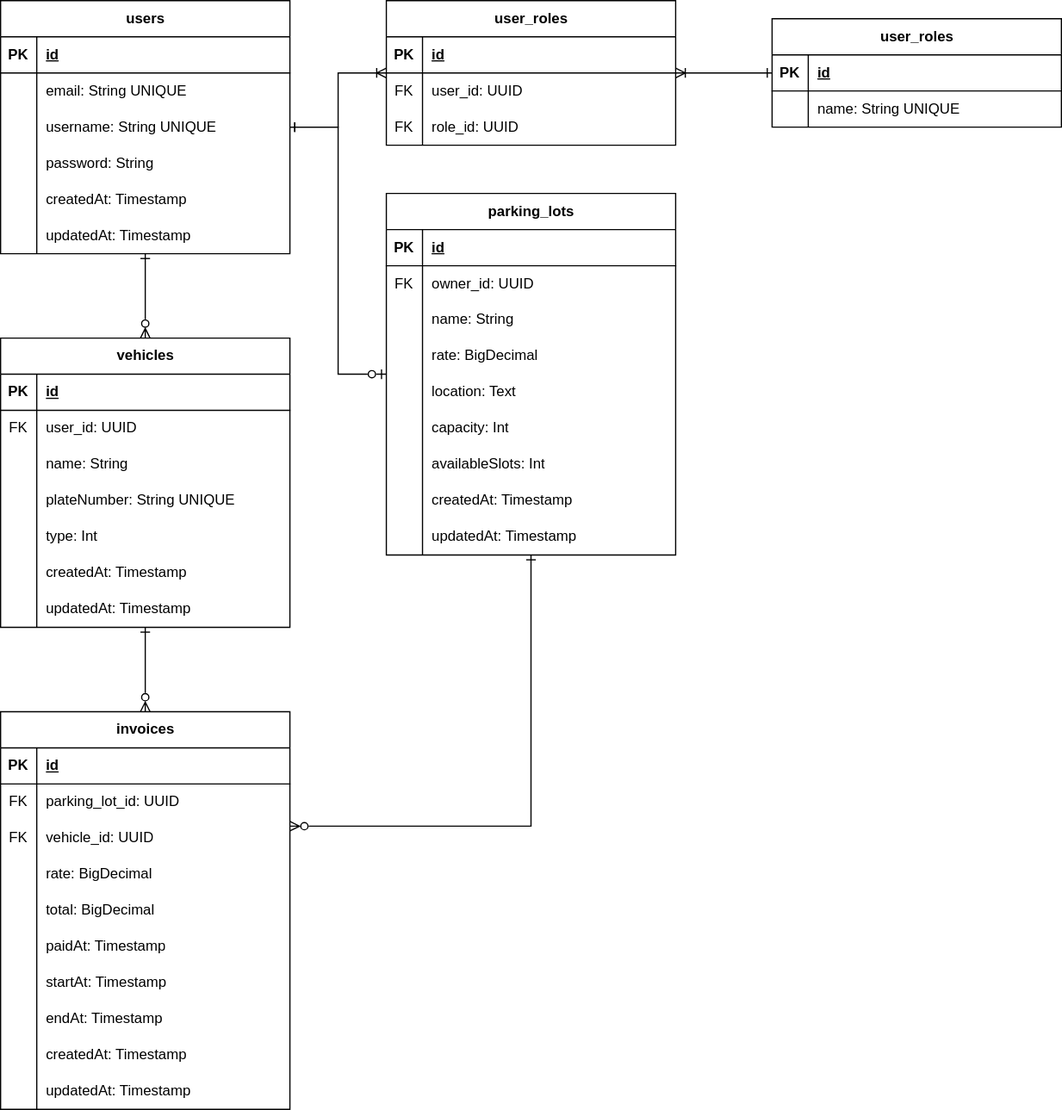
Above: docs/erd.svg in chatchatabc/parking-backend-spring (draw.io), before the change. Source tidied: cells renumbered, new cells last; positions are measured from the earlier drawing's top-left corner, leaving out a move shared by most shapes.
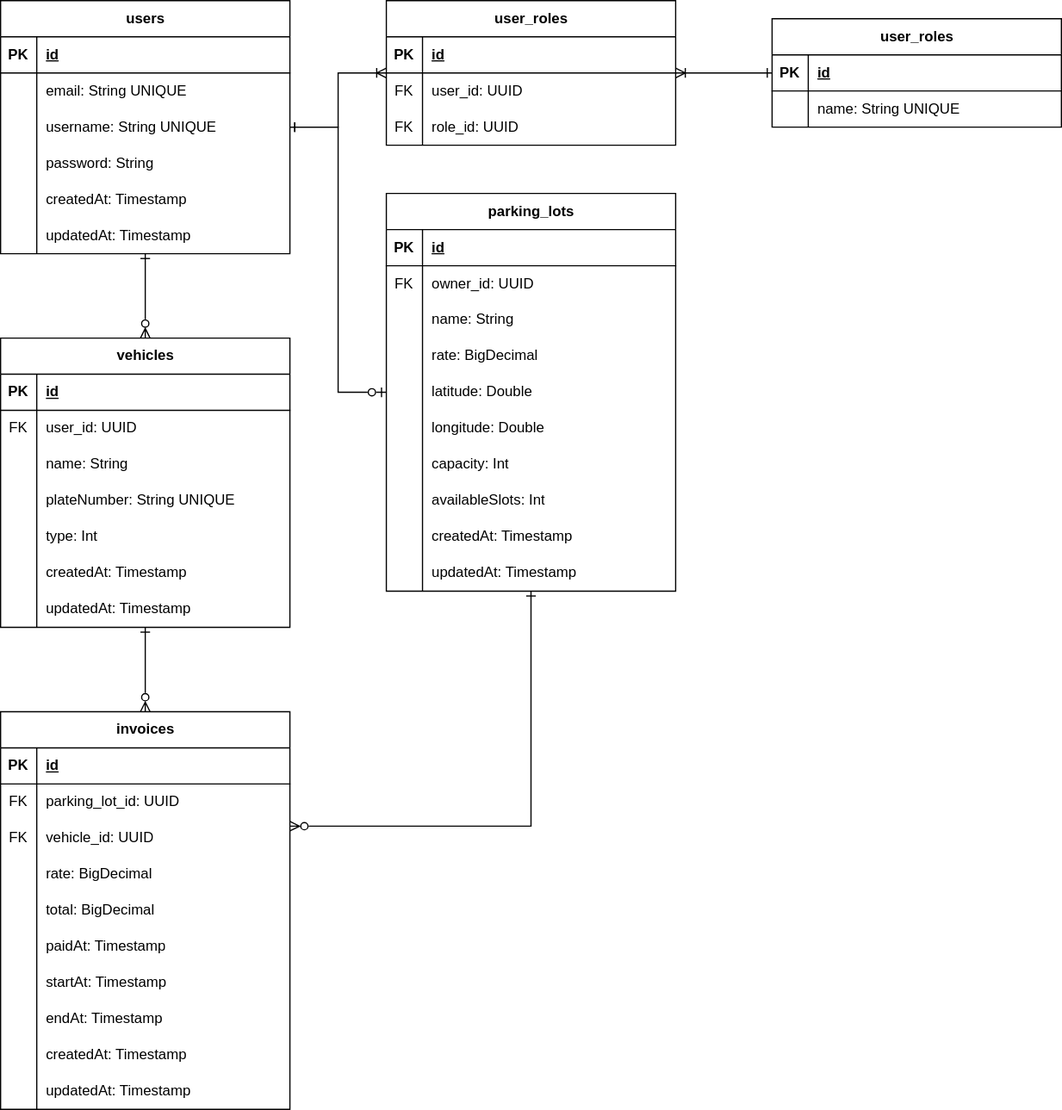
The same file after the commit.

Commit message:
feat: replaced location to longitude and latitude for ParkingLot.kt

Change to the diagram source:
```diff
@@ -123,7 +123,7 @@
       <mxGeometry relative="1" as="geometry" />
     </mxCell>
     <mxCell id="42" value="parking_lots" style="shape=table;startSize=30;rowLines=0;fontStyle=1;align=center;html=1;" parent="1" vertex="1">
-      <mxGeometry x="320" y="160" width="240" height="300" as="geometry" />
+      <mxGeometry x="320" y="160" width="240" height="330" as="geometry" />
     </mxCell>
     <mxCell id="43" style="shape=tableRow;horizontal=0;startSize=0;swimlaneHead=0;swimlaneBody=0;fillColor=none;top=0;left=0;right=0;bottom=1;" parent="42" vertex="1">
       <mxGeometry y="30" width="240" height="30" as="geometry" />
@@ -167,11 +167,20 @@
     <mxCell id="56" style="shape=partialRectangle;fillColor=none;top=0;left=0;bottom=0;right=0;overflow=hidden;whiteSpace=wrap;html=1;" parent="55" vertex="1">
       <mxGeometry width="30" height="30" as="geometry" />
     </mxCell>
-    <mxCell id="57" value="location: Text" style="shape=partialRectangle;fillColor=none;top=0;left=0;bottom=0;right=0;align=left;spacingLeft=6;overflow=hidden;whiteSpace=wrap;html=1;" parent="55" vertex="1">
+    <mxCell id="57" value="latitude: Double" style="shape=partialRectangle;fillColor=none;top=0;left=0;bottom=0;right=0;align=left;spacingLeft=6;overflow=hidden;whiteSpace=wrap;html=1;" parent="55" vertex="1">
       <mxGeometry x="30" width="210" height="30" as="geometry" />
     </mxCell>
+    <mxCell id="125" style="shape=tableRow;horizontal=0;startSize=0;swimlaneHead=0;swimlaneBody=0;fillColor=none;top=0;left=0;right=0;bottom=0;" parent="42" vertex="1">
+      <mxGeometry y="180" width="240" height="30" as="geometry" />
+    </mxCell>
+    <mxCell id="126" style="shape=partialRectangle;fillColor=none;top=0;left=0;bottom=0;right=0;overflow=hidden;whiteSpace=wrap;html=1;" parent="125" vertex="1">
+      <mxGeometry width="30" height="30" as="geometry" />
+    </mxCell>
+    <mxCell id="127" value="longitude: Double" style="shape=partialRectangle;fillColor=none;top=0;left=0;bottom=0;right=0;align=left;spacingLeft=6;overflow=hidden;whiteSpace=wrap;html=1;" parent="125" vertex="1">
+      <mxGeometry x="30" width="210" height="30" as="geometry" />
+    </mxCell>
     <mxCell id="58" style="shape=tableRow;horizontal=0;startSize=0;swimlaneHead=0;swimlaneBody=0;fillColor=none;top=0;left=0;right=0;bottom=0;" parent="42" vertex="1">
-      <mxGeometry y="180" width="240" height="30" as="geometry" />
+      <mxGeometry y="210" width="240" height="30" as="geometry" />
     </mxCell>
     <mxCell id="59" style="shape=partialRectangle;fillColor=none;top=0;left=0;bottom=0;right=0;overflow=hidden;whiteSpace=wrap;html=1;" parent="58" vertex="1">
       <mxGeometry width="30" height="30" as="geometry" />
@@ -180,7 +189,7 @@
       <mxGeometry x="30" width="210" height="30" as="geometry" />
     </mxCell>
     <mxCell id="61" style="shape=tableRow;horizontal=0;startSize=0;swimlaneHead=0;swimlaneBody=0;fillColor=none;top=0;left=0;right=0;bottom=0;" parent="42" vertex="1">
-      <mxGeometry y="210" width="240" height="30" as="geometry" />
+      <mxGeometry y="240" width="240" height="30" as="geometry" />
     </mxCell>
     <mxCell id="62" style="shape=partialRectangle;fillColor=none;top=0;left=0;bottom=0;right=0;overflow=hidden;whiteSpace=wrap;html=1;" parent="61" vertex="1">
       <mxGeometry width="30" height="30" as="geometry" />
@@ -189,7 +198,7 @@
       <mxGeometry x="30" width="210" height="30" as="geometry" />
     </mxCell>
     <mxCell id="64" style="shape=tableRow;horizontal=0;startSize=0;swimlaneHead=0;swimlaneBody=0;fillColor=none;top=0;left=0;right=0;bottom=0;" parent="42" vertex="1">
-      <mxGeometry y="240" width="240" height="30" as="geometry" />
+      <mxGeometry y="270" width="240" height="30" as="geometry" />
     </mxCell>
     <mxCell id="65" style="shape=partialRectangle;fillColor=none;top=0;left=0;bottom=0;right=0;overflow=hidden;whiteSpace=wrap;html=1;" parent="64" vertex="1">
       <mxGeometry width="30" height="30" as="geometry" />
@@ -198,7 +207,7 @@
       <mxGeometry x="30" width="210" height="30" as="geometry" />
     </mxCell>
     <mxCell id="67" style="shape=tableRow;horizontal=0;startSize=0;swimlaneHead=0;swimlaneBody=0;fillColor=none;top=0;left=0;right=0;bottom=0;" parent="42" vertex="1">
-      <mxGeometry y="270" width="240" height="30" as="geometry" />
+      <mxGeometry y="300" width="240" height="30" as="geometry" />
     </mxCell>
     <mxCell id="68" style="shape=partialRectangle;fillColor=none;top=0;left=0;bottom=0;right=0;overflow=hidden;whiteSpace=wrap;html=1;" parent="67" vertex="1">
       <mxGeometry width="30" height="30" as="geometry" />
```
